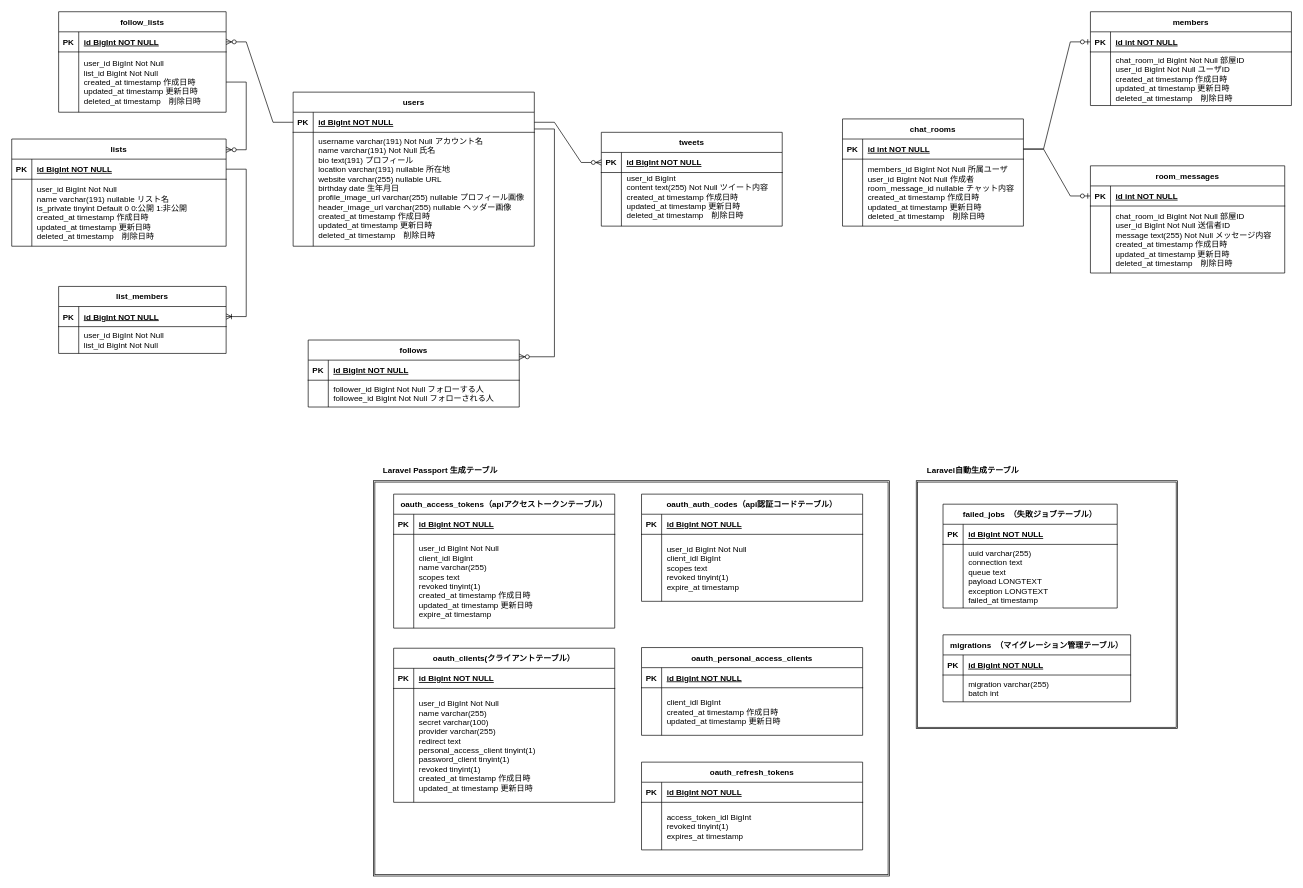
Before: ER.drawio in 2Gken1029/teamA-api, a draw.io diagram. Source tidied: cells renumbered, new cells numbered last; positions are measured from the earlier drawing's top-left corner, leaving out a move shared by most shapes. Both pictures are drawn from the tidied source at 67%, with x=0, y=0 at pixel (-72, 11).
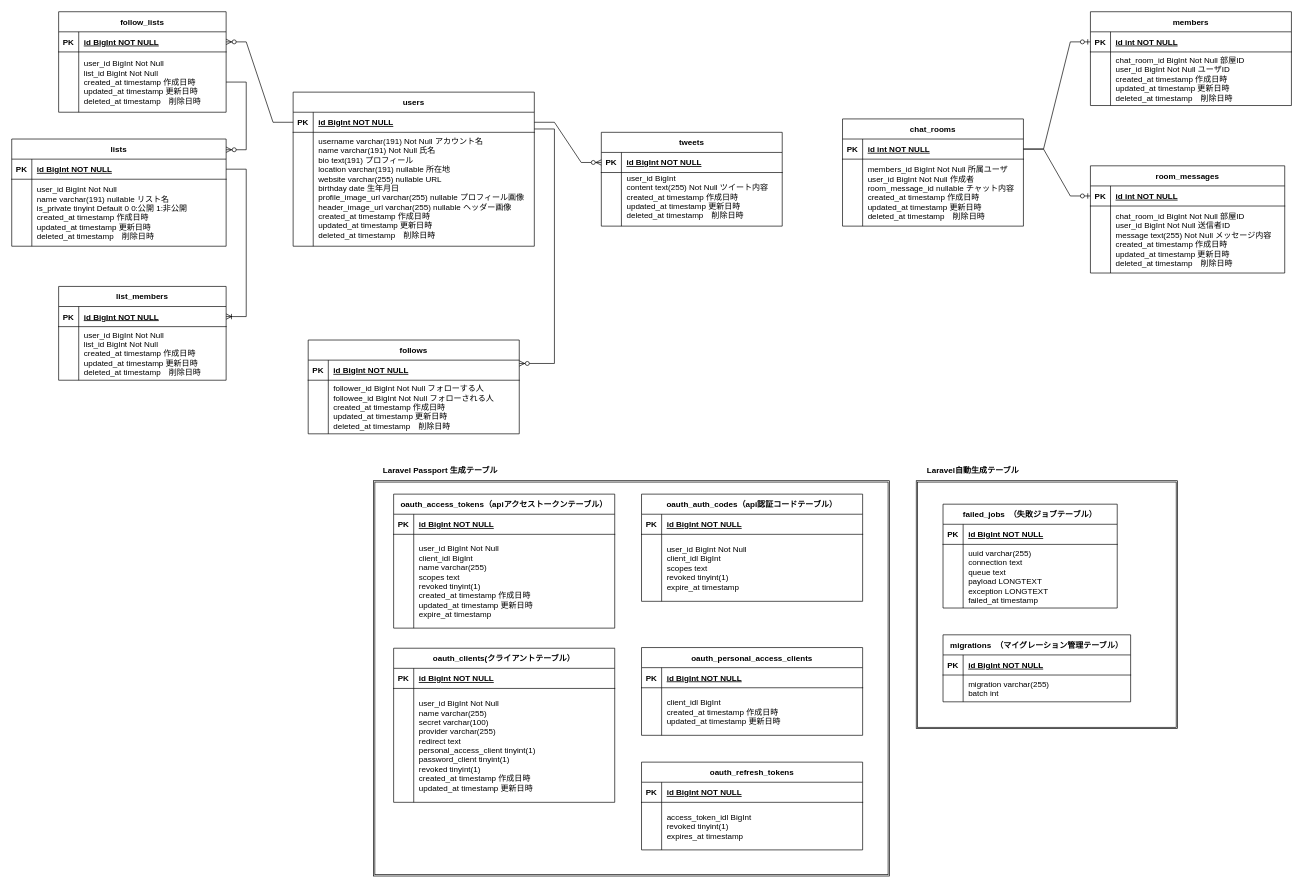
The same page after the edit.

The edit, as a diff of the source:
```diff
@@
     <mxCell id="78" value="list_members" style="shape=table;startSize=30;childLayout=tableLayout;rowLines=0;fontStyle=1;align=center;" parent="1" vertex="1">
-      <mxGeometry x="195" y="410" width="250" height="100" as="geometry" />
+      <mxGeometry x="195" y="410" width="250" height="140" as="geometry" />
     </mxCell>
@@
     <mxCell id="82" style="shape=partialRectangle;fillColor=none;top=0;left=0;right=0;bottom=0;" parent="78" vertex="1">
-      <mxGeometry y="60" width="250" height="40" as="geometry" />
+      <mxGeometry y="60" width="250" height="80" as="geometry" />
     </mxCell>
     <mxCell id="83" style="shape=partialRectangle;overflow=hidden;fillColor=none;top=0;left=0;bottom=0;right=0;" parent="82" vertex="1">
-      <mxGeometry width="30" height="40" as="geometry" />
+      <mxGeometry width="30" height="80" as="geometry" />
     </mxCell>
-    <mxCell id="84" value="user_id BigInt Not Null&#10;list_id BigInt Not Null" style="shape=partialRectangle;overflow=hidden;fillColor=none;top=0;left=0;bottom=0;right=0;align=left;spacingLeft=6;" parent="82" vertex="1">
-      <mxGeometry x="30" width="220" height="40" as="geometry" />
+    <mxCell id="84" value="user_id BigInt Not Null&#10;list_id BigInt Not Null&#10;created_at timestamp 作成日時&#10;updated_at timestamp 更新日時&#10;deleted_at timestamp　削除日時" style="shape=partialRectangle;overflow=hidden;fillColor=none;top=0;left=0;bottom=0;right=0;align=left;spacingLeft=6;" parent="82" vertex="1">
+      <mxGeometry x="30" width="220" height="80" as="geometry" />
     </mxCell>
     <mxCell id="85" value="follows" style="shape=table;startSize=30;childLayout=tableLayout;rowLines=0;fontStyle=1;align=center;" parent="1" vertex="1">
-      <mxGeometry x="567.5" y="490" width="315" height="100" as="geometry" />
+      <mxGeometry x="567.5" y="490" width="315" height="140" as="geometry" />
     </mxCell>
@@
     <mxCell id="89" style="shape=partialRectangle;fillColor=none;top=0;left=0;right=0;bottom=0;" parent="85" vertex="1">
-      <mxGeometry y="60" width="315" height="40" as="geometry" />
+      <mxGeometry y="60" width="315" height="80" as="geometry" />
     </mxCell>
     <mxCell id="90" style="shape=partialRectangle;overflow=hidden;fillColor=none;top=0;left=0;bottom=0;right=0;" parent="89" vertex="1">
-      <mxGeometry width="30" height="40" as="geometry" />
+      <mxGeometry width="30" height="80" as="geometry" />
     </mxCell>
-    <mxCell id="91" value="follower_id BigInt Not Null フォローする人&#10;followee_id BigInt Not Null フォローされる人" style="shape=partialRectangle;overflow=hidden;fillColor=none;top=0;left=0;bottom=0;right=0;align=left;spacingLeft=6;" parent="89" vertex="1">
-      <mxGeometry x="30" width="285" height="40" as="geometry" />
+    <mxCell id="91" value="follower_id BigInt Not Null フォローする人&#10;followee_id BigInt Not Null フォローされる人&#10;created_at timestamp 作成日時&#10;updated_at timestamp 更新日時&#10;deleted_at timestamp　削除日時" style="shape=partialRectangle;overflow=hidden;fillColor=none;top=0;left=0;bottom=0;right=0;align=left;spacingLeft=6;" parent="89" vertex="1">
+      <mxGeometry x="30" width="285" height="80" as="geometry" />
     </mxCell>
```
